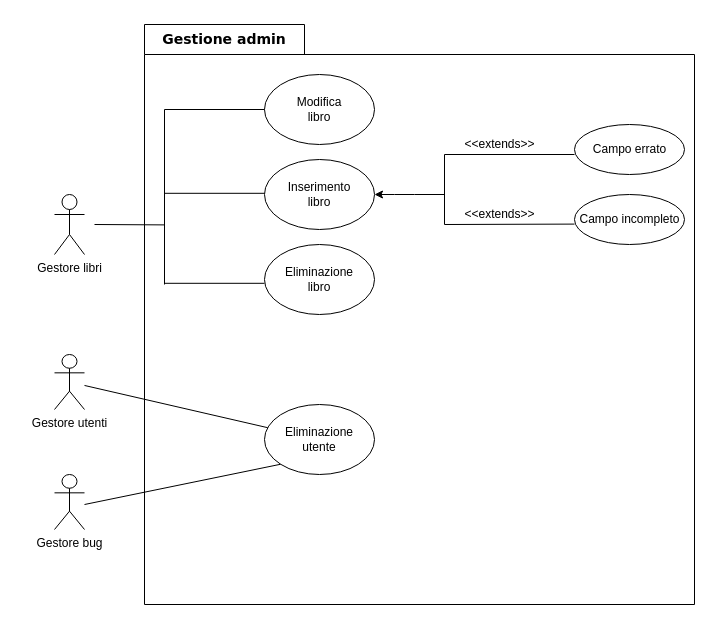
Above: Documenti/RAD/modello_funzionale/package_admin.drawio in AleBarbados/NewSocialBookRepo (draw.io), before the change. Source tidied: cells renumbered, new cells numbered last; positions are measured from the earlier drawing's top-left corner, leaving out a move shared by most shapes. Both pictures are drawn from the tidied source at 100%, with x=0, y=0 at pixel (54, 24).
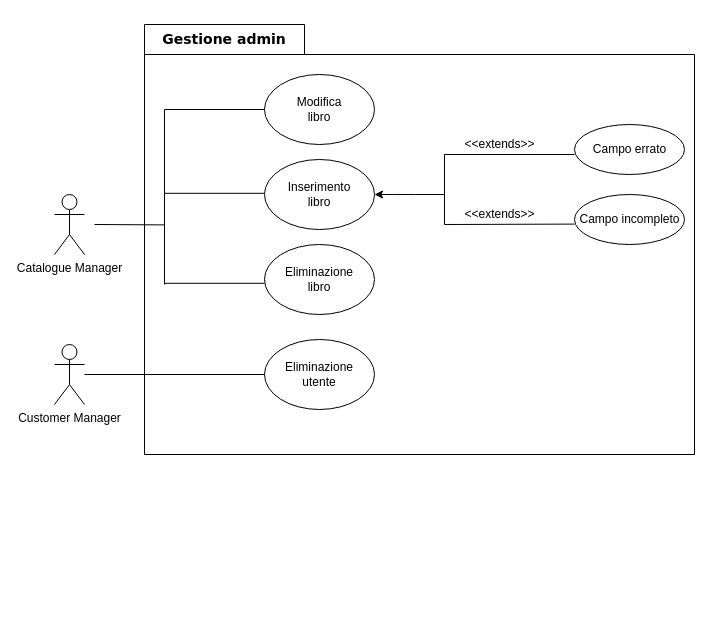
The same diagram, later.

Change to the diagram source:
```diff
@@
     <mxCell id="2" value="&lt;h3&gt;&lt;br&gt;&lt;/h3&gt;" style="shape=folder;fontStyle=1;spacingTop=10;tabWidth=160;tabHeight=30;tabPosition=left;html=1;" parent="1" vertex="1">
-      <mxGeometry x="90" width="550" height="580" as="geometry" />
+      <mxGeometry x="90" width="550" height="430" as="geometry" />
     </mxCell>
-    <mxCell id="3" value="Gestore libri" style="shape=umlActor;verticalLabelPosition=bottom;verticalAlign=top;html=1;" parent="1" vertex="1">
+    <mxCell id="3" value="Catalogue Manager" style="shape=umlActor;verticalLabelPosition=bottom;verticalAlign=top;html=1;" parent="1" vertex="1">
       <mxGeometry y="170" width="30" height="60" as="geometry" />
     </mxCell>
@@
     <mxCell id="8" style="ellipse;whiteSpace=wrap;html=1;" parent="1" vertex="1">
-      <mxGeometry x="210" y="380" width="110" height="70" as="geometry" />
+      <mxGeometry x="210" y="315" width="110" height="70" as="geometry" />
     </mxCell>
@@
     <mxCell id="12" value="Eliminazione utente" style="text;html=1;strokeColor=none;fillColor=none;align=center;verticalAlign=middle;whiteSpace=wrap;rounded=0;" parent="1" vertex="1">
-      <mxGeometry x="245" y="405" width="40" height="20" as="geometry" />
+      <mxGeometry x="245" y="340" width="40" height="20" as="geometry" />
     </mxCell>
@@
-    <mxCell id="26" value="Gestore utenti" style="shape=umlActor;verticalLabelPosition=bottom;verticalAlign=top;html=1;outlineConnect=0;" parent="1" vertex="1">
-      <mxGeometry y="330" width="30" height="55" as="geometry" />
+    <mxCell id="26" value="Customer Manager" style="shape=umlActor;verticalLabelPosition=bottom;verticalAlign=top;html=1;outlineConnect=0;" parent="1" vertex="1">
+      <mxGeometry y="320" width="30" height="60" as="geometry" />
     </mxCell>
-    <mxCell id="27" style="endArrow=none;html=1;entryX=0;entryY=1;entryDx=0;entryDy=0;" parent="1" edge="1" target="8">
-      <mxGeometry relative="1" as="geometry">
-        <mxPoint x="30" y="480" as="sourcePoint" />
-      </mxGeometry>
-    </mxCell>
-    <mxCell id="28" value="Gestore bug" style="shape=umlActor;verticalLabelPosition=bottom;verticalAlign=top;html=1;" parent="1" vertex="1">
-      <mxGeometry y="450" width="30" height="55" as="geometry" />
-    </mxCell>
```
